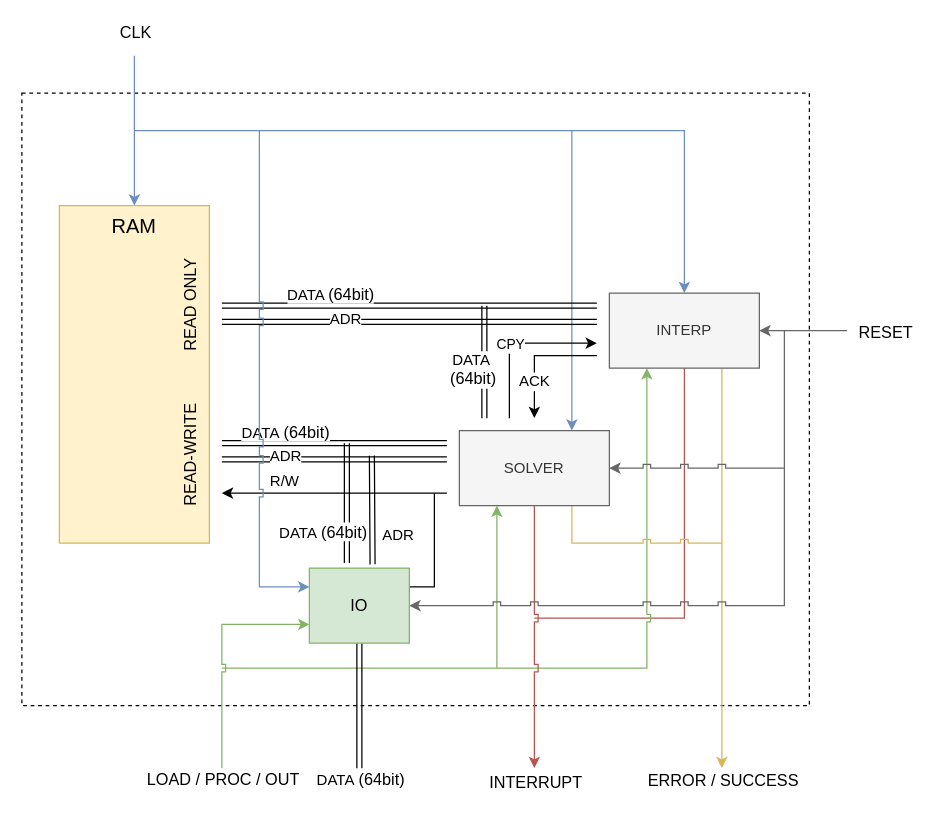
The draw.io diagram page "with interp cache" (1 of 2) of d0.drawio in mido3ds/ode-solver-chip, before the edit. Source tidied: cells renumbered, new cells numbered last; positions are measured from the earlier drawing's top-left corner, leaving out a move shared by most shapes. Both pictures are drawn from the tidied source at 125%, with x=0, y=0 at pixel (21, 55).
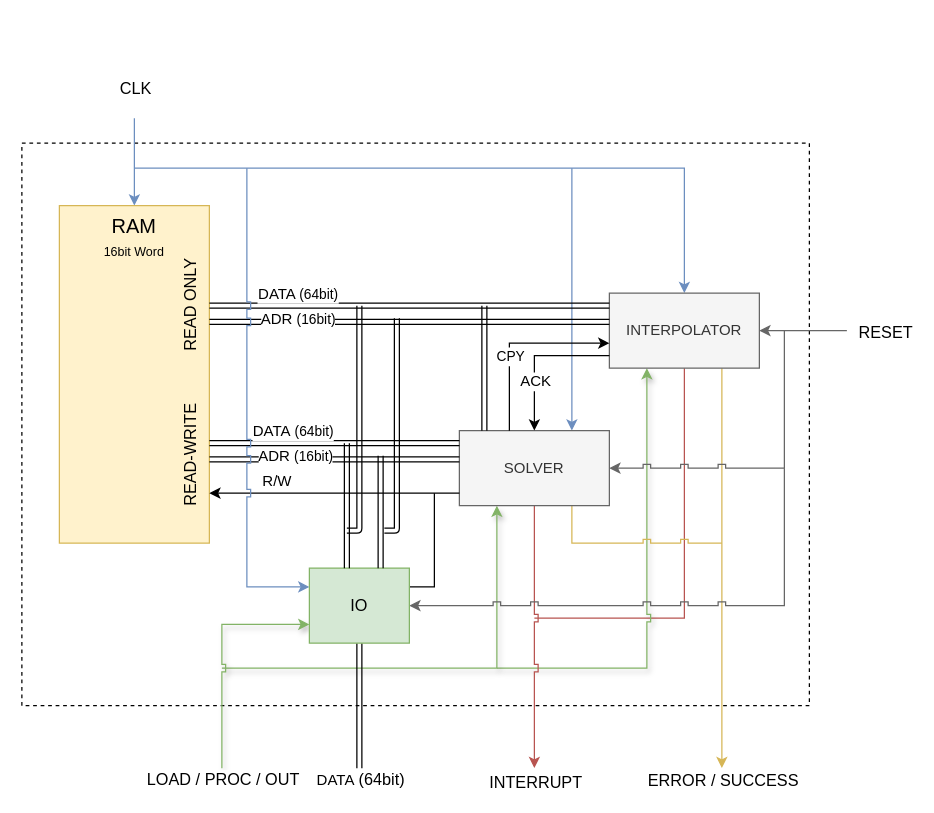
The same page after the edit.

Unchanged cells that the change refers to:
```xml
<mxCell id="20" value="SOLVER" style="rounded=0;whiteSpace=wrap;html=1;fillColor=#f5f5f5;strokeColor=#666666;fontColor=#333333;" parent="1" vertex="1">
  <mxGeometry x="350" y="300" width="120" height="60" as="geometry" />
</mxCell>
<mxCell id="44" value="IO" style="rounded=0;whiteSpace=wrap;html=1;fontSize=13;fillColor=#d5e8d4;strokeColor=#82b366;" parent="1" vertex="1">
  <mxGeometry x="230" y="410" width="80" height="60" as="geometry" />
</mxCell>
```

The edit, as a diff of the source:
```diff
@@
-    <mxCell id="2" style="rounded=0;whiteSpace=wrap;html=1;dashed=1;fontSize=13;backgroundOutline=1;imageAspect=1;" parent="1" vertex="1">
-      <mxGeometry y="30" width="630" height="490" as="geometry" />
+    <mxCell id="2" style="rounded=0;whiteSpace=wrap;html=1;dashed=1;fontSize=13;backgroundOutline=1;imageAspect=1;shadow=0;comic=0;fixDash=0;" parent="1" vertex="1">
+      <mxGeometry y="70" width="630" height="450" as="geometry" />
     </mxCell>
     <mxCell id="3" style="edgeStyle=none;rounded=0;jumpStyle=sharp;jettySize=auto;html=1;exitX=0.5;exitY=0;exitDx=0;exitDy=0;shadow=0;startArrow=classic;startFill=1;endArrow=none;endFill=0;strokeColor=#6c8ebf;fontSize=13;fillColor=#dae8fc;" parent="1" edge="1" source="5">
       <mxGeometry relative="1" as="geometry">
-        <mxPoint x="90" as="targetPoint" />
+        <mxPoint x="90" y="50" as="targetPoint" />
       </mxGeometry>
     </mxCell>
@@
-    <mxCell id="5" value="RAM" style="rounded=0;whiteSpace=wrap;html=1;verticalAlign=top;fontSize=16;fillColor=#fff2cc;strokeColor=#d6b656;" parent="1" vertex="1">
+    <mxCell id="5" value="RAM&lt;br style=&quot;font-size: 12px&quot;&gt;&lt;font size=&quot;1&quot;&gt;16bit Word&lt;/font&gt;" style="rounded=0;whiteSpace=wrap;html=1;verticalAlign=top;fontSize=16;fillColor=#fff2cc;strokeColor=#d6b656;" parent="1" vertex="1">
       <mxGeometry x="30" y="120" width="120" height="270" as="geometry" />
     </mxCell>
@@
-    <mxCell id="11" style="edgeStyle=none;rounded=0;jumpStyle=sharp;jettySize=auto;html=1;exitX=0.25;exitY=1;exitDx=0;exitDy=0;shadow=0;startArrow=classic;startFill=1;endArrow=none;endFill=0;strokeColor=#82b366;fontSize=13;fillColor=#d5e8d4;" parent="1" edge="1" source="13">
+    <mxCell id="11" style="edgeStyle=none;rounded=0;jumpStyle=sharp;jettySize=auto;html=1;exitX=0.25;exitY=1;exitDx=0;exitDy=0;shadow=1;startArrow=classic;startFill=1;endArrow=none;endFill=0;strokeColor=#82b366;fontSize=13;fillColor=#d5e8d4;" parent="1" edge="1" source="13">
       <mxGeometry relative="1" as="geometry">
         <mxPoint x="380" y="490" as="targetPoint" />
         <Array as="points">
           <mxPoint x="500" y="490" />
         </Array>
       </mxGeometry>
     </mxCell>
     <mxCell id="12" style="edgeStyle=none;rounded=0;jumpStyle=sharp;jettySize=auto;html=1;exitX=0.5;exitY=0;exitDx=0;exitDy=0;shadow=0;startArrow=classic;startFill=1;endArrow=none;endFill=0;strokeColor=#6c8ebf;fontSize=13;fillColor=#dae8fc;" parent="1" edge="1" source="13">
       <mxGeometry relative="1" as="geometry">
-        <mxPoint x="90" y="60" as="targetPoint" />
+        <mxPoint x="90" y="90" as="targetPoint" />
         <Array as="points">
-          <mxPoint x="530" y="60" />
+          <mxPoint x="530" y="90" />
         </Array>
       </mxGeometry>
     </mxCell>
-    <mxCell id="13" value="INTERP" style="rounded=0;whiteSpace=wrap;html=1;fillColor=#f5f5f5;strokeColor=#666666;fontColor=#333333;" parent="1" vertex="1">
+    <mxCell id="13" value="INTERPOLATOR" style="rounded=0;whiteSpace=wrap;html=1;fillColor=#f5f5f5;strokeColor=#666666;fontColor=#333333;" parent="1" vertex="1">
       <mxGeometry x="470" y="190" width="120" height="60" as="geometry" />
     </mxCell>
@@
-    <mxCell id="18" style="edgeStyle=none;rounded=0;jumpStyle=sharp;jettySize=auto;html=1;exitX=0.25;exitY=1;exitDx=0;exitDy=0;shadow=0;startArrow=classic;startFill=1;endArrow=none;endFill=0;strokeColor=#82b366;fontSize=13;fillColor=#d5e8d4;" parent="1" edge="1" source="20">
+    <mxCell id="18" style="edgeStyle=none;rounded=0;jumpStyle=sharp;jettySize=auto;html=1;exitX=0.25;exitY=1;exitDx=0;exitDy=0;shadow=1;startArrow=classic;startFill=1;endArrow=none;endFill=0;strokeColor=#82b366;fontSize=13;fillColor=#d5e8d4;" parent="1" edge="1" source="20">
       <mxGeometry relative="1" as="geometry">
         <mxPoint x="160" y="490" as="targetPoint" />
         <Array as="points">
           <mxPoint x="380" y="490" />
         </Array>
       </mxGeometry>
     </mxCell>
     <mxCell id="19" style="edgeStyle=none;rounded=0;jumpStyle=sharp;jettySize=auto;html=1;exitX=0.75;exitY=0;exitDx=0;exitDy=0;shadow=0;startArrow=classic;startFill=1;endArrow=none;endFill=0;strokeColor=#6c8ebf;fontSize=13;fillColor=#dae8fc;" parent="1" edge="1" source="20">
       <mxGeometry relative="1" as="geometry">
-        <mxPoint x="440" y="60" as="targetPoint" />
+        <mxPoint x="440" y="90" as="targetPoint" />
       </mxGeometry>
     </mxCell>
@@
     <mxCell id="21" style="shape=link;html=1;" parent="1" edge="1">
       <mxGeometry relative="1" as="geometry">
-        <mxPoint x="160" y="310" as="sourcePoint" />
-        <mxPoint x="340" y="310" as="targetPoint" />
+        <mxPoint x="150" y="310" as="sourcePoint" />
+        <mxPoint x="350" y="310" as="targetPoint" />
       </mxGeometry>
     </mxCell>
-    <mxCell id="22" value="DATA&amp;nbsp;&lt;span style=&quot;font-size: 13px&quot;&gt;(64bit)&lt;/span&gt;" style="text;html=1;align=center;verticalAlign=middle;labelBackgroundColor=#ffffff;" parent="21" vertex="1">
+    <mxCell id="22" value="DATA&amp;nbsp;&lt;font style=&quot;font-size: 11px&quot;&gt;(64bit)&lt;/font&gt;" style="text;html=1;align=center;verticalAlign=middle;labelBackgroundColor=#ffffff;" parent="21" vertex="1">
       <mxGeometry x="-0.4" y="-3" relative="1" as="geometry">
-        <mxPoint x="-4" y="-13" as="offset" />
+        <mxPoint x="6" y="-13" as="offset" />
       </mxGeometry>
     </mxCell>
     <mxCell id="23" style="shape=link;html=1;" parent="1" edge="1">
       <mxGeometry relative="1" as="geometry">
-        <mxPoint x="160" y="323" as="sourcePoint" />
-        <mxPoint x="340" y="323" as="targetPoint" />
+        <mxPoint x="150" y="323" as="sourcePoint" />
+        <mxPoint x="350" y="323" as="targetPoint" />
       </mxGeometry>
     </mxCell>
-    <mxCell id="24" value="ADR" style="text;html=1;align=center;verticalAlign=middle;labelBackgroundColor=#ffffff;" parent="23" vertex="1">
+    <mxCell id="24" value="ADR&amp;nbsp;&lt;font style=&quot;font-size: 11px&quot;&gt;(16bit)&lt;/font&gt;" style="text;html=1;align=center;verticalAlign=middle;labelBackgroundColor=#ffffff;" parent="23" vertex="1">
       <mxGeometry x="-0.2" y="-1" relative="1" as="geometry">
-        <mxPoint x="-22" y="-4" as="offset" />
+        <mxPoint x="-12" y="-4" as="offset" />
       </mxGeometry>
     </mxCell>
     <mxCell id="25" style="endArrow=none;html=1;startArrow=classic;startFill=1;" parent="1" edge="1">
       <mxGeometry relative="1" as="geometry">
-        <mxPoint x="160" y="350" as="sourcePoint" />
-        <mxPoint x="340" y="350" as="targetPoint" />
+        <mxPoint x="150" y="350" as="sourcePoint" />
+        <mxPoint x="350" y="350" as="targetPoint" />
       </mxGeometry>
     </mxCell>
@@
     <mxCell id="27" style="shape=link;html=1;" parent="1" edge="1">
       <mxGeometry relative="1" as="geometry">
-        <mxPoint x="160" y="200" as="sourcePoint" />
-        <mxPoint x="460" y="200" as="targetPoint" />
+        <mxPoint x="150" y="200" as="sourcePoint" />
+        <mxPoint x="470" y="200" as="targetPoint" />
       </mxGeometry>
     </mxCell>
-    <mxCell id="28" value="DATA &lt;span style=&quot;font-size: 13px&quot;&gt;(64bit)&lt;/span&gt;" style="text;html=1;align=center;verticalAlign=middle;labelBackgroundColor=#ffffff;" parent="27" vertex="1">
+    <mxCell id="28" value="DATA &lt;font style=&quot;font-size: 11px&quot;&gt;(64bit)&lt;/font&gt;" style="text;html=1;align=center;verticalAlign=middle;labelBackgroundColor=#ffffff;" parent="27" vertex="1">
       <mxGeometry x="-0.4" y="-3" relative="1" as="geometry">
-        <mxPoint x="-4" y="-13" as="offset" />
+        <mxPoint x="-26" y="-13" as="offset" />
       </mxGeometry>
     </mxCell>
     <mxCell id="29" style="shape=link;html=1;" parent="1" edge="1">
       <mxGeometry relative="1" as="geometry">
-        <mxPoint x="160" y="213" as="sourcePoint" />
-        <mxPoint x="460" y="213" as="targetPoint" />
+        <mxPoint x="150" y="213" as="sourcePoint" />
+        <mxPoint x="470" y="213" as="targetPoint" />
       </mxGeometry>
     </mxCell>
-    <mxCell id="30" value="ADR" style="text;html=1;align=center;verticalAlign=middle;labelBackgroundColor=#ffffff;" parent="29" vertex="1">
+    <mxCell id="30" value="ADR&amp;nbsp;&lt;font style=&quot;font-size: 11px&quot;&gt;(16bit)&lt;/font&gt;" style="text;html=1;align=center;verticalAlign=middle;labelBackgroundColor=#ffffff;" parent="29" vertex="1">
       <mxGeometry x="-0.2" y="-1" relative="1" as="geometry">
-        <mxPoint x="-22" y="-4" as="offset" />
+        <mxPoint x="-58" y="-4" as="offset" />
       </mxGeometry>
     </mxCell>
     <mxCell id="31" style="shape=link;html=1;" parent="1" edge="1">
       <mxGeometry relative="1" as="geometry">
-        <mxPoint x="370" y="290" as="sourcePoint" />
+        <mxPoint x="370" y="300" as="sourcePoint" />
         <mxPoint x="370" y="200" as="targetPoint" />
       </mxGeometry>
     </mxCell>
-    <mxCell id="32" value="DATA&amp;nbsp;&lt;br&gt;&lt;span style=&quot;font-size: 13px&quot;&gt;(64bit)&lt;/span&gt;" style="text;html=1;align=center;verticalAlign=middle;labelBackgroundColor=#ffffff;fontSize=12;" parent="31" vertex="1">
-      <mxGeometry x="-0.25" y="-2" relative="1" as="geometry">
-        <mxPoint x="-12" y="-6" as="offset" />
-      </mxGeometry>
-    </mxCell>
     <mxCell id="33" style="endArrow=classic;html=1;fontSize=12;rounded=0;" parent="1" edge="1">
       <mxGeometry relative="1" as="geometry">
-        <mxPoint x="390" y="290" as="sourcePoint" />
-        <mxPoint x="460" y="230" as="targetPoint" />
+        <mxPoint x="390" y="300" as="sourcePoint" />
+        <mxPoint x="470" y="230" as="targetPoint" />
         <Array as="points">
           <mxPoint x="390" y="230" />
         </Array>
       </mxGeometry>
     </mxCell>
     <mxCell id="34" value="&lt;font style=&quot;font-size: 11px&quot;&gt;CPY&lt;/font&gt;" style="text;html=1;align=center;verticalAlign=middle;labelBackgroundColor=#ffffff;fontSize=12;" parent="33" vertex="1">
       <mxGeometry x="-0.09" y="-19" relative="1" as="geometry">
-        <mxPoint x="-19" y="-1" as="offset" />
+        <mxPoint x="-19" y="8" as="offset" />
       </mxGeometry>
     </mxCell>
     <mxCell id="35" style="endArrow=classic;html=1;fontSize=12;rounded=0;" parent="1" edge="1">
       <mxGeometry relative="1" as="geometry">
-        <mxPoint x="460" y="240" as="sourcePoint" />
-        <mxPoint x="410" y="290" as="targetPoint" />
+        <mxPoint x="470" y="240" as="sourcePoint" />
+        <mxPoint x="410" y="300" as="targetPoint" />
         <Array as="points">
           <mxPoint x="410" y="240" />
         </Array>
       </mxGeometry>
     </mxCell>
@@
-    <mxCell id="40" style="edgeStyle=none;rounded=0;jumpStyle=sharp;jettySize=auto;html=1;exitX=0;exitY=0.75;exitDx=0;exitDy=0;shadow=0;startArrow=classic;startFill=1;endArrow=none;endFill=0;strokeColor=#82b366;fontSize=13;fillColor=#d5e8d4;" parent="1" edge="1" source="44">
+    <mxCell id="40" style="edgeStyle=none;rounded=0;jumpStyle=sharp;jettySize=auto;html=1;exitX=0;exitY=0.75;exitDx=0;exitDy=0;shadow=1;startArrow=classic;startFill=1;endArrow=none;endFill=0;strokeColor=#82b366;fontSize=13;fillColor=#d5e8d4;" parent="1" edge="1" source="44">
       <mxGeometry relative="1" as="geometry">
         <mxPoint x="160" y="570" as="targetPoint" />
         <Array as="points">
           <mxPoint x="160" y="455" />
         </Array>
       </mxGeometry>
     </mxCell>
@@
     <mxCell id="43" style="edgeStyle=none;rounded=0;jumpStyle=sharp;jettySize=auto;html=1;exitX=0;exitY=0.25;exitDx=0;exitDy=0;shadow=0;startArrow=classic;startFill=1;endArrow=none;endFill=0;strokeColor=#6c8ebf;fontSize=13;fillColor=#dae8fc;" parent="1" edge="1" source="44">
       <mxGeometry relative="1" as="geometry">
-        <mxPoint x="190" y="60" as="targetPoint" />
+        <mxPoint x="180" y="90" as="targetPoint" />
         <Array as="points">
-          <mxPoint x="190" y="425" />
+          <mxPoint x="180" y="425" />
         </Array>
       </mxGeometry>
     </mxCell>
@@
-    <mxCell id="45" style="shape=link;html=1;entryX=0.375;entryY=-0.067;entryDx=0;entryDy=0;entryPerimeter=0;" parent="1" edge="1" target="44">
+    <mxCell id="45" style="shape=link;html=1;" parent="1" edge="1">
       <mxGeometry relative="1" as="geometry">
         <mxPoint x="260" y="310" as="sourcePoint" />
+        <mxPoint x="260" y="410" as="targetPoint" />
       </mxGeometry>
     </mxCell>
-    <mxCell id="46" value="DATA&amp;nbsp;&lt;span style=&quot;font-size: 13px&quot;&gt;(64bit)&lt;/span&gt;" style="text;html=1;align=center;verticalAlign=middle;labelBackgroundColor=#ffffff;" parent="45" vertex="1">
-      <mxGeometry x="-0.4" y="-3" relative="1" as="geometry">
-        <mxPoint x="-17" y="41" as="offset" />
-      </mxGeometry>
-    </mxCell>
-    <mxCell id="47" style="shape=link;html=1;entryX=0.632;entryY=-0.05;entryDx=0;entryDy=0;entryPerimeter=0;" parent="1" edge="1" target="44">
+    <mxCell id="47" style="shape=link;html=1;shadow=0;comic=0;snapToPoint=0;fixDash=0;" parent="1" edge="1">
       <mxGeometry relative="1" as="geometry">
-        <mxPoint x="280" y="320" as="sourcePoint" />
+        <mxPoint x="287" y="320" as="sourcePoint" />
+        <mxPoint x="287" y="410" as="targetPoint" />
       </mxGeometry>
     </mxCell>
-    <mxCell id="48" value="ADR" style="text;html=1;align=center;verticalAlign=middle;labelBackgroundColor=#ffffff;" parent="47" vertex="1">
-      <mxGeometry x="-0.2" y="-1" relative="1" as="geometry">
-        <mxPoint x="21" y="28" as="offset" />
-      </mxGeometry>
-    </mxCell>
@@
+    <mxCell id="51" style="shape=link;html=1;" parent="1" edge="1">
+      <mxGeometry relative="1" as="geometry">
+        <mxPoint x="270" y="200" as="sourcePoint" />
+        <mxPoint x="260" y="380" as="targetPoint" />
+        <Array as="points">
+          <mxPoint x="270" y="380" />
+        </Array>
+      </mxGeometry>
+    </mxCell>
+    <mxCell id="52" style="shape=link;html=1;shadow=0;comic=0;snapToPoint=0;fixDash=0;" parent="1" edge="1">
+      <mxGeometry relative="1" as="geometry">
+        <mxPoint x="300" y="210" as="sourcePoint" />
+        <mxPoint x="290" y="380" as="targetPoint" />
+        <Array as="points">
+          <mxPoint x="300" y="380" />
+        </Array>
+      </mxGeometry>
+    </mxCell>
```
